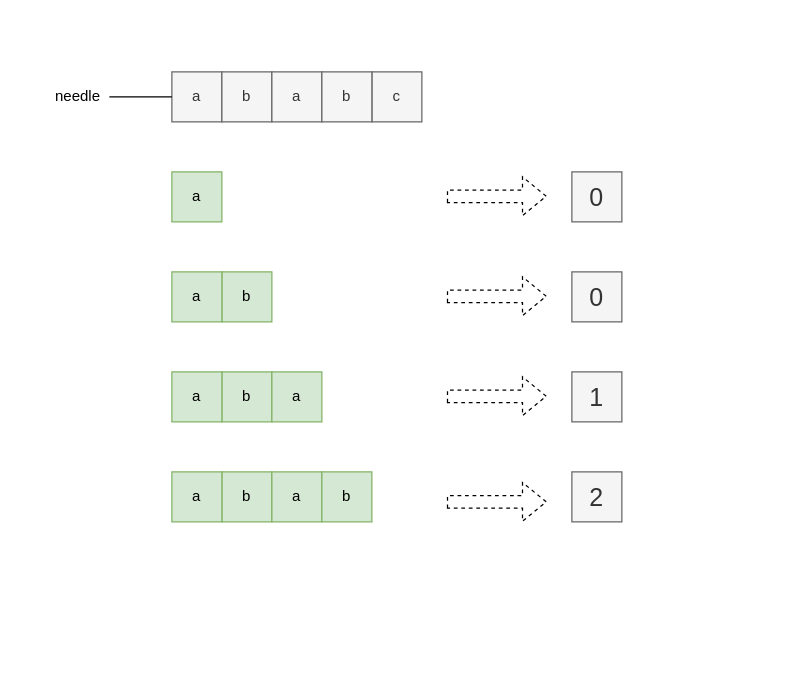
The draw.io diagram page "第 4 页" (4 of 8) of docs/0028_find_the_index_of_the_first_occurrence_in_a_string.drawio in rickbsr/example-leetcode, before the edit. Source tidied: cells renumbered, new cells numbered last; positions are measured from the earlier drawing's top-left corner, leaving out a move shared by most shapes. Both pictures are drawn from the tidied source at 125%, with x=0, y=0 at pixel (46, 71).
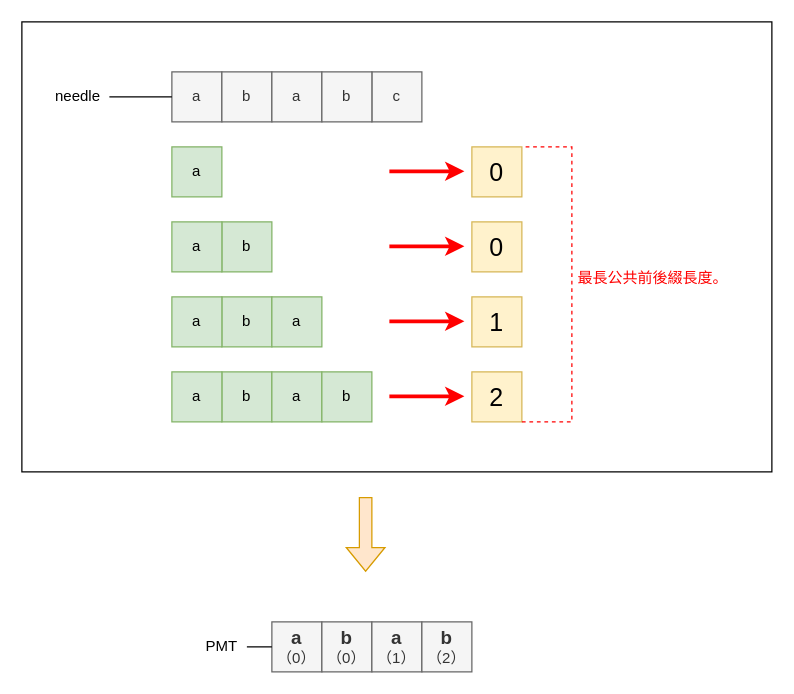
Above is the later version.

What changed in the source:
```diff
@@
+    <mxCell id="27" style="rounded=0;whiteSpace=wrap;html=1;fontColor=#FF0000;fillColor=none;" parent="1" vertex="1">
+      <mxGeometry x="-20" y="-40" width="600" height="360" as="geometry" />
+    </mxCell>
@@
     <mxCell id="4" value="a" style="rounded=0;whiteSpace=wrap;html=1;fillColor=#d5e8d4;strokeColor=#82b366;" parent="1" vertex="1">
-      <mxGeometry x="100" y="80" width="40" height="40" as="geometry" />
+      <mxGeometry x="100" y="60" width="40" height="40" as="geometry" />
     </mxCell>
     <mxCell id="5" value="b" style="rounded=0;whiteSpace=wrap;html=1;fillColor=#d5e8d4;strokeColor=#82b366;" parent="1" vertex="1">
-      <mxGeometry x="140" y="160" width="40" height="40" as="geometry" />
+      <mxGeometry x="140" y="120" width="40" height="40" as="geometry" />
     </mxCell>
     <mxCell id="6" value="a" style="rounded=0;whiteSpace=wrap;html=1;fillColor=#d5e8d4;strokeColor=#82b366;" parent="1" vertex="1">
-      <mxGeometry x="100" y="160" width="40" height="40" as="geometry" />
+      <mxGeometry x="100" y="120" width="40" height="40" as="geometry" />
     </mxCell>
     <mxCell id="7" value="b" style="rounded=0;whiteSpace=wrap;html=1;fillColor=#d5e8d4;strokeColor=#82b366;" parent="1" vertex="1">
-      <mxGeometry x="140" y="240" width="40" height="40" as="geometry" />
+      <mxGeometry x="140" y="180" width="40" height="40" as="geometry" />
     </mxCell>
     <mxCell id="8" value="a" style="rounded=0;whiteSpace=wrap;html=1;fillColor=#d5e8d4;strokeColor=#82b366;" parent="1" vertex="1">
-      <mxGeometry x="100" y="240" width="40" height="40" as="geometry" />
+      <mxGeometry x="100" y="180" width="40" height="40" as="geometry" />
     </mxCell>
     <mxCell id="9" value="a" style="rounded=0;whiteSpace=wrap;html=1;fillColor=#d5e8d4;strokeColor=#82b366;" parent="1" vertex="1">
-      <mxGeometry x="180" y="240" width="40" height="40" as="geometry" />
+      <mxGeometry x="180" y="180" width="40" height="40" as="geometry" />
     </mxCell>
     <mxCell id="10" value="b" style="rounded=0;whiteSpace=wrap;html=1;fillColor=#d5e8d4;strokeColor=#82b366;" parent="1" vertex="1">
-      <mxGeometry x="140" y="320" width="40" height="40" as="geometry" />
+      <mxGeometry x="140" y="240" width="40" height="40" as="geometry" />
     </mxCell>
     <mxCell id="11" value="a" style="rounded=0;whiteSpace=wrap;html=1;fillColor=#d5e8d4;strokeColor=#82b366;" parent="1" vertex="1">
-      <mxGeometry x="100" y="320" width="40" height="40" as="geometry" />
+      <mxGeometry x="100" y="240" width="40" height="40" as="geometry" />
     </mxCell>
     <mxCell id="12" value="a" style="rounded=0;whiteSpace=wrap;html=1;fillColor=#d5e8d4;strokeColor=#82b366;" parent="1" vertex="1">
-      <mxGeometry x="180" y="320" width="40" height="40" as="geometry" />
+      <mxGeometry x="180" y="240" width="40" height="40" as="geometry" />
     </mxCell>
     <mxCell id="13" value="b" style="rounded=0;whiteSpace=wrap;html=1;fillColor=#d5e8d4;strokeColor=#82b366;" parent="1" vertex="1">
-      <mxGeometry x="220" y="320" width="40" height="40" as="geometry" />
+      <mxGeometry x="220" y="240" width="40" height="40" as="geometry" />
     </mxCell>
@@
-    <mxCell id="18" style="shape=flexArrow;endArrow=classic;html=1;rounded=0;dashed=1;" parent="1" edge="1">
-      <mxGeometry relative="1" as="geometry">
-        <mxPoint x="320" y="99.5" as="sourcePoint" />
-        <mxPoint x="400" y="99.5" as="targetPoint" />
-      </mxGeometry>
-    </mxCell>
-    <mxCell id="19" value="0" style="text;html=1;align=center;verticalAlign=middle;whiteSpace=wrap;rounded=0;strokeWidth=1;fillColor=#f5f5f5;strokeColor=#666666;fontSize=20;fontColor=#333333;" parent="1" vertex="1">
-      <mxGeometry x="420" y="80" width="40" height="40" as="geometry" />
+    <mxCell id="19" value="0" style="text;html=1;align=center;verticalAlign=middle;whiteSpace=wrap;rounded=0;strokeWidth=1;fillColor=#fff2cc;strokeColor=#d6b656;fontSize=20;" parent="1" vertex="1">
+      <mxGeometry x="340" y="60" width="40" height="40" as="geometry" />
     </mxCell>
-    <mxCell id="20" style="shape=flexArrow;endArrow=classic;html=1;rounded=0;dashed=1;" parent="1" edge="1">
-      <mxGeometry relative="1" as="geometry">
-        <mxPoint x="320" y="179.5" as="sourcePoint" />
-        <mxPoint x="400" y="179.5" as="targetPoint" />
-      </mxGeometry>
-    </mxCell>
-    <mxCell id="21" value="0" style="text;html=1;align=center;verticalAlign=middle;whiteSpace=wrap;rounded=0;strokeWidth=1;fillColor=#f5f5f5;strokeColor=#666666;fontSize=20;fontColor=#333333;" parent="1" vertex="1">
-      <mxGeometry x="420" y="160" width="40" height="40" as="geometry" />
+    <mxCell id="21" value="0" style="text;html=1;align=center;verticalAlign=middle;whiteSpace=wrap;rounded=0;strokeWidth=1;fillColor=#fff2cc;strokeColor=#d6b656;fontSize=20;" parent="1" vertex="1">
+      <mxGeometry x="340" y="120" width="40" height="40" as="geometry" />
     </mxCell>
-    <mxCell id="22" style="shape=flexArrow;endArrow=classic;html=1;rounded=0;dashed=1;" parent="1" edge="1">
-      <mxGeometry relative="1" as="geometry">
-        <mxPoint x="320" y="344" as="sourcePoint" />
-        <mxPoint x="400" y="344" as="targetPoint" />
-      </mxGeometry>
-    </mxCell>
-    <mxCell id="23" value="2" style="text;html=1;align=center;verticalAlign=middle;whiteSpace=wrap;rounded=0;strokeWidth=1;fillColor=#f5f5f5;strokeColor=#666666;fontSize=20;fontColor=#333333;" parent="1" vertex="1">
-      <mxGeometry x="420" y="320" width="40" height="40" as="geometry" />
+    <mxCell id="23" value="2" style="text;html=1;align=center;verticalAlign=middle;whiteSpace=wrap;rounded=0;strokeWidth=1;fillColor=#fff2cc;strokeColor=#d6b656;fontSize=20;" parent="1" vertex="1">
+      <mxGeometry x="340" y="240" width="40" height="40" as="geometry" />
     </mxCell>
-    <mxCell id="24" style="shape=flexArrow;endArrow=classic;html=1;rounded=0;dashed=1;" parent="1" edge="1">
-      <mxGeometry relative="1" as="geometry">
-        <mxPoint x="320" y="259.5" as="sourcePoint" />
-        <mxPoint x="400" y="259.5" as="targetPoint" />
-      </mxGeometry>
-    </mxCell>
-    <mxCell id="25" value="1" style="text;html=1;align=center;verticalAlign=middle;whiteSpace=wrap;rounded=0;strokeWidth=1;fillColor=#f5f5f5;strokeColor=#666666;fontSize=20;fontColor=#333333;" parent="1" vertex="1">
-      <mxGeometry x="420" y="240" width="40" height="40" as="geometry" />
+    <mxCell id="25" value="1" style="text;html=1;align=center;verticalAlign=middle;whiteSpace=wrap;rounded=0;strokeWidth=1;fillColor=#fff2cc;strokeColor=#d6b656;fontSize=20;" parent="1" vertex="1">
+      <mxGeometry x="340" y="180" width="40" height="40" as="geometry" />
     </mxCell>
@@
+    <mxCell id="28" style="endArrow=none;dashed=1;html=1;rounded=0;strokeColor=#FF0000;fontColor=#994C00;entryX=1;entryY=0;entryDx=0;entryDy=0;exitX=1;exitY=1;exitDx=0;exitDy=0;" parent="1" edge="1" source="23" target="19">
+      <mxGeometry relative="1" as="geometry">
+        <Array as="points">
+          <mxPoint x="420" y="280" />
+          <mxPoint x="420" y="60" />
+        </Array>
+      </mxGeometry>
+    </mxCell>
+    <mxCell id="29" value="最長公共前後綴長度。" style="text;html=1;strokeColor=none;fillColor=none;align=center;verticalAlign=middle;whiteSpace=wrap;rounded=0;fontColor=#FF0000;" parent="1" vertex="1">
+      <mxGeometry x="420" y="150" width="130" height="30" as="geometry" />
+    </mxCell>
+    <mxCell id="30" style="shape=flexArrow;endArrow=classic;html=1;rounded=0;strokeColor=#d79b00;fontColor=#FF0000;fillColor=#ffe6cc;" parent="1" edge="1">
+      <mxGeometry relative="1" as="geometry">
+        <mxPoint x="255" y="340" as="sourcePoint" />
+        <mxPoint x="255" y="400" as="targetPoint" />
+      </mxGeometry>
+    </mxCell>
+    <mxCell id="31" style="endArrow=classic;html=1;rounded=0;strokeColor=#FF0000;fontColor=#FF0000;strokeWidth=3;" parent="1" edge="1">
+      <mxGeometry relative="1" as="geometry">
+        <mxPoint x="274" y="79.5" as="sourcePoint" />
+        <mxPoint x="334" y="79.5" as="targetPoint" />
+      </mxGeometry>
+    </mxCell>
+    <mxCell id="32" style="endArrow=classic;html=1;rounded=0;strokeColor=#FF0000;fontColor=#FF0000;strokeWidth=3;" parent="1" edge="1">
+      <mxGeometry relative="1" as="geometry">
+        <mxPoint x="274" y="199.5" as="sourcePoint" />
+        <mxPoint x="334" y="199.5" as="targetPoint" />
+      </mxGeometry>
+    </mxCell>
+    <mxCell id="33" style="endArrow=classic;html=1;rounded=0;strokeColor=#FF0000;fontColor=#FF0000;strokeWidth=3;" parent="1" edge="1">
+      <mxGeometry relative="1" as="geometry">
+        <mxPoint x="274" y="259.5" as="sourcePoint" />
+        <mxPoint x="334" y="259.5" as="targetPoint" />
+      </mxGeometry>
+    </mxCell>
+    <mxCell id="34" style="endArrow=classic;html=1;rounded=0;strokeColor=#FF0000;fontColor=#FF0000;strokeWidth=3;" parent="1" edge="1">
+      <mxGeometry relative="1" as="geometry">
+        <mxPoint x="274" y="139.5" as="sourcePoint" />
+        <mxPoint x="334" y="139.5" as="targetPoint" />
+      </mxGeometry>
+    </mxCell>
+    <mxCell id="35" value="&lt;b&gt;&lt;font style=&quot;font-size: 15px;&quot;&gt;a&lt;/font&gt;&lt;/b&gt;&lt;br&gt;（0）" style="rounded=0;whiteSpace=wrap;html=1;fillColor=#f5f5f5;fontColor=#333333;strokeColor=#666666;" parent="1" vertex="1">
+      <mxGeometry x="180" y="440" width="40" height="40" as="geometry" />
+    </mxCell>
+    <mxCell id="36" value="&lt;font style=&quot;font-size: 15px;&quot;&gt;&lt;b&gt;b&lt;/b&gt;&lt;/font&gt;&lt;br&gt;（0）" style="rounded=0;whiteSpace=wrap;html=1;fillColor=#f5f5f5;fontColor=#333333;strokeColor=#666666;" parent="1" vertex="1">
+      <mxGeometry x="220" y="440" width="40" height="40" as="geometry" />
+    </mxCell>
+    <mxCell id="37" value="&lt;font style=&quot;font-size: 15px;&quot;&gt;&lt;b&gt;a&lt;/b&gt;&lt;/font&gt;&lt;br&gt;（1）" style="rounded=0;whiteSpace=wrap;html=1;fillColor=#f5f5f5;fontColor=#333333;strokeColor=#666666;" parent="1" vertex="1">
+      <mxGeometry x="260" y="440" width="40" height="40" as="geometry" />
+    </mxCell>
+    <mxCell id="38" value="&lt;font style=&quot;font-size: 15px;&quot;&gt;&lt;b&gt;b&lt;/b&gt;&lt;/font&gt;&lt;br&gt;（2）" style="rounded=0;whiteSpace=wrap;html=1;fillColor=#f5f5f5;fontColor=#333333;strokeColor=#666666;" parent="1" vertex="1">
+      <mxGeometry x="300" y="440" width="40" height="40" as="geometry" />
+    </mxCell>
+    <mxCell id="39" value="PMT" style="text;html=1;strokeColor=none;fillColor=none;align=center;verticalAlign=middle;whiteSpace=wrap;rounded=0;fontColor=#000000;" parent="1" vertex="1">
+      <mxGeometry x="120" y="440" width="40" height="40" as="geometry" />
+    </mxCell>
+    <mxCell id="40" style="edgeStyle=orthogonalEdgeStyle;rounded=0;jettySize=auto;html=1;exitX=1;exitY=0.5;exitDx=0;exitDy=0;entryX=0;entryY=0.5;entryDx=0;entryDy=0;endArrow=none;endFill=0;" parent="1" edge="1" source="39" target="35">
+      <mxGeometry relative="1" as="geometry" />
+    </mxCell>
```
